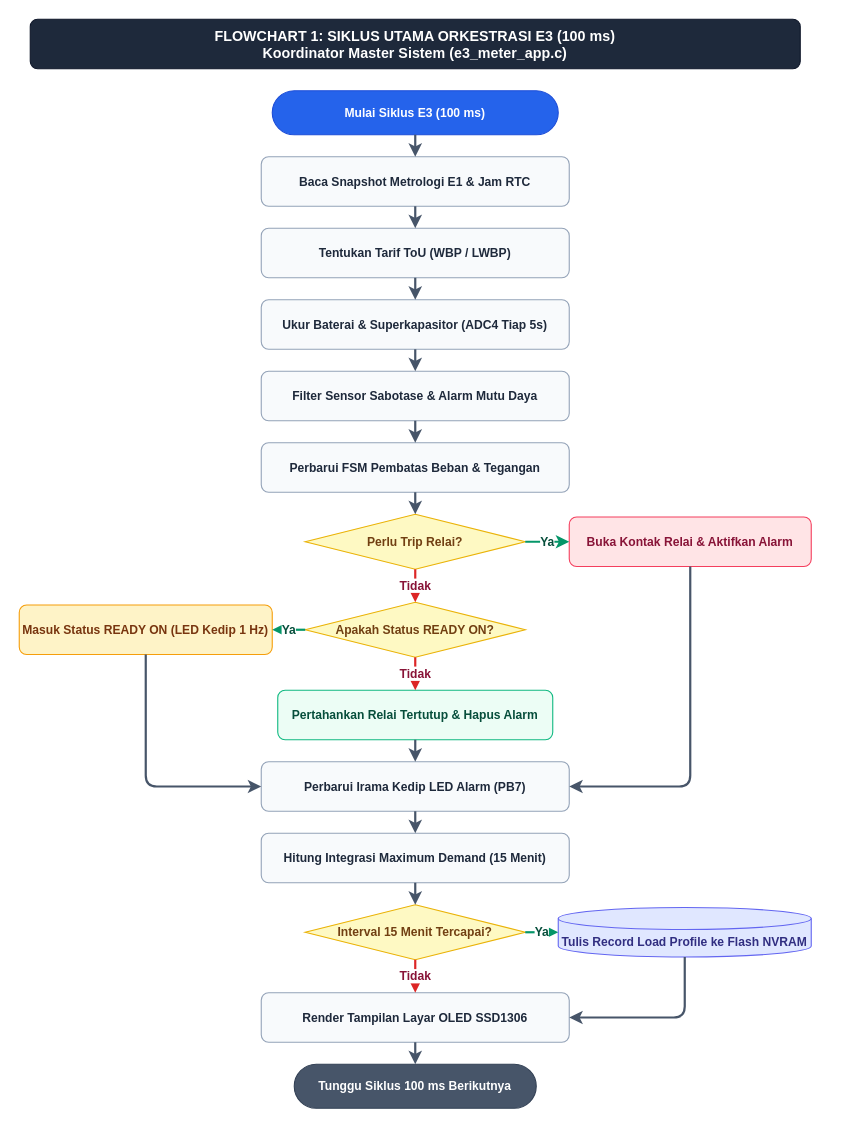
Above: page "1. Siklus Utama E3 (100ms)" (1 of 4) of Acuan/FlowChartE3.drawio in Kevla27/ALLIN (draw.io), before the change. Source tidied: cells renumbered, new cells numbered last; positions are measured from the earlier drawing's top-left corner, leaving out a move shared by most shapes. Both pictures are drawn from the tidied source at 110%, with x=0, y=0 at pixel (19, 19).
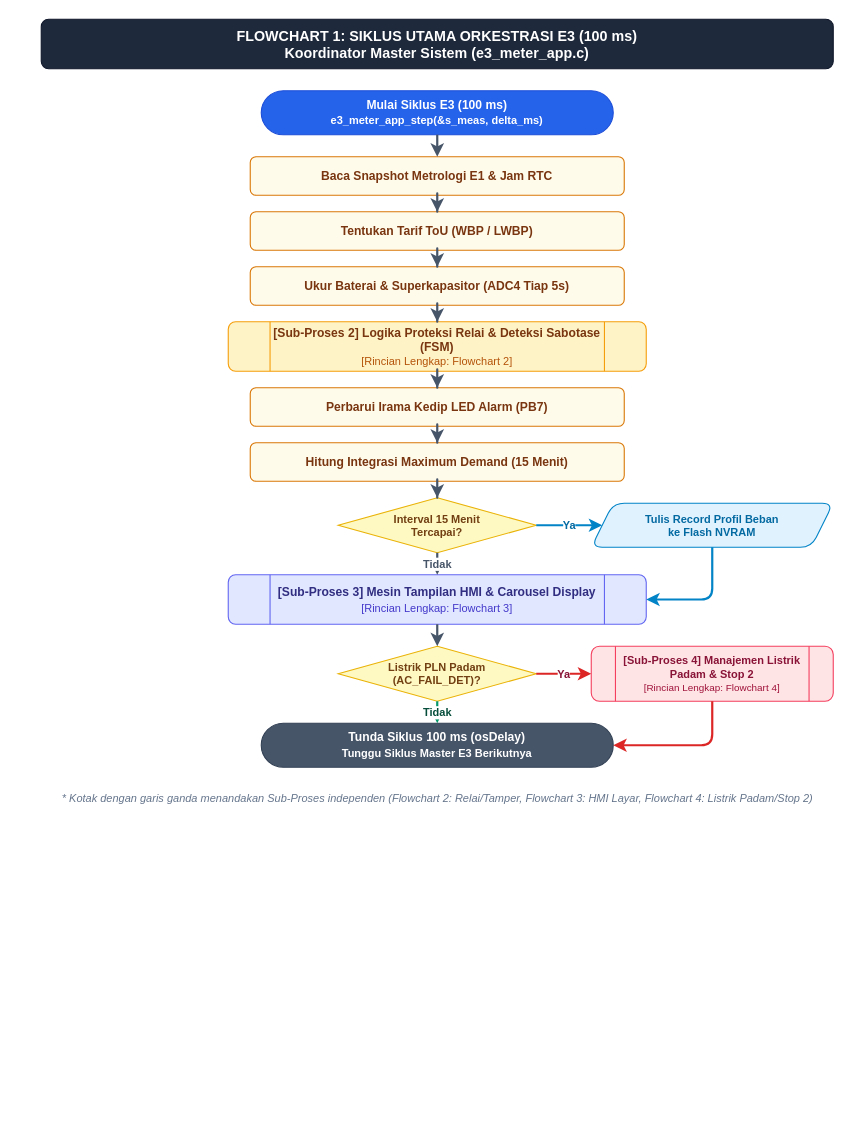
The same page after the edit.

The edit, as a diff of the source:
```diff
@@
     <mxCell id="2" value="&lt;b&gt;FLOWCHART 1: SIKLUS UTAMA ORKESTRASI E3 (100 ms)&lt;/b&gt;&lt;br/&gt;Koordinator Master Sistem (e3_meter_app.c)" style="rounded=1;whiteSpace=wrap;html=1;fillColor=#1e293b;strokeColor=#0f172a;fontColor=#ffffff;fontStyle=1;fontSize=13;align=center;" parent="1" vertex="1">
-      <mxGeometry x="10" width="700" height="45" as="geometry" />
+      <mxGeometry x="20" width="720" height="45" as="geometry" />
     </mxCell>
-    <mxCell id="3" value="&lt;b&gt;Mulai Siklus E3 (100 ms)&lt;/b&gt;" style="rounded=1;arcSize=50;whiteSpace=wrap;html=1;fillColor=#2563eb;strokeColor=#1d4ed8;fontColor=#ffffff;fontStyle=1;fontSize=11;align=center;" parent="1" vertex="1">
-      <mxGeometry x="230" y="65" width="260" height="40" as="geometry" />
+    <mxCell id="3" value="&lt;b&gt;Mulai Siklus E3 (100 ms)&lt;/b&gt;&lt;br/&gt;&lt;font style=&quot;font-size:10px;&quot;&gt;e3_meter_app_step(&amp;amp;s_meas, delta_ms)&lt;/font&gt;" style="rounded=1;arcSize=50;whiteSpace=wrap;html=1;fillColor=#2563eb;strokeColor=#1d4ed8;fontColor=#ffffff;fontStyle=1;fontSize=11;align=center;" parent="1" vertex="1">
+      <mxGeometry x="220" y="65" width="320" height="40" as="geometry" />
     </mxCell>
-    <mxCell id="4" value="&lt;b&gt;Baca Snapshot Metrologi E1 &amp;amp; Jam RTC&lt;/b&gt;" style="rounded=1;whiteSpace=wrap;html=1;fillColor=#f8fafc;strokeColor=#94a3b8;fontColor=#1e293b;fontSize=11;align=center;" parent="1" vertex="1">
-      <mxGeometry x="220" y="125" width="280" height="45" as="geometry" />
+    <mxCell id="4" value="&lt;b&gt;Baca Snapshot Metrologi E1 &amp;amp; Jam RTC&lt;/b&gt;" style="rounded=1;whiteSpace=wrap;html=1;fillColor=#fffbeb;strokeColor=#d97706;fontColor=#78350f;fontSize=11;align=center;" parent="1" vertex="1">
+      <mxGeometry x="210" y="125" width="340" height="35" as="geometry" />
     </mxCell>
-    <mxCell id="5" value="&lt;b&gt;Tentukan Tarif ToU (WBP / LWBP)&lt;/b&gt;" style="rounded=1;whiteSpace=wrap;html=1;fillColor=#f8fafc;strokeColor=#94a3b8;fontColor=#1e293b;fontSize=11;align=center;" parent="1" vertex="1">
-      <mxGeometry x="220" y="190" width="280" height="45" as="geometry" />
+    <mxCell id="5" value="&lt;b&gt;Tentukan Tarif ToU (WBP / LWBP)&lt;/b&gt;" style="rounded=1;whiteSpace=wrap;html=1;fillColor=#fffbeb;strokeColor=#d97706;fontColor=#78350f;fontSize=11;align=center;" parent="1" vertex="1">
+      <mxGeometry x="210" y="175" width="340" height="35" as="geometry" />
     </mxCell>
-    <mxCell id="6" value="&lt;b&gt;Ukur Baterai &amp;amp; Superkapasitor (ADC4 Tiap 5s)&lt;/b&gt;" style="rounded=1;whiteSpace=wrap;html=1;fillColor=#f8fafc;strokeColor=#94a3b8;fontColor=#1e293b;fontSize=11;align=center;" parent="1" vertex="1">
-      <mxGeometry x="220" y="255" width="280" height="45" as="geometry" />
+    <mxCell id="6" value="&lt;b&gt;Ukur Baterai &amp;amp; Superkapasitor (ADC4 Tiap 5s)&lt;/b&gt;" style="rounded=1;whiteSpace=wrap;html=1;fillColor=#fffbeb;strokeColor=#d97706;fontColor=#78350f;fontSize=11;align=center;" parent="1" vertex="1">
+      <mxGeometry x="210" y="225" width="340" height="35" as="geometry" />
     </mxCell>
-    <mxCell id="7" value="&lt;b&gt;Filter Sensor Sabotase &amp;amp; Alarm Mutu Daya&lt;/b&gt;" style="rounded=1;whiteSpace=wrap;html=1;fillColor=#f8fafc;strokeColor=#94a3b8;fontColor=#1e293b;fontSize=11;align=center;" parent="1" vertex="1">
-      <mxGeometry x="220" y="320" width="280" height="45" as="geometry" />
-    </mxCell>
-    <mxCell id="8" value="&lt;b&gt;Perbarui FSM Pembatas Beban &amp;amp; Tegangan&lt;/b&gt;" style="rounded=1;whiteSpace=wrap;html=1;fillColor=#f8fafc;strokeColor=#94a3b8;fontColor=#1e293b;fontSize=11;align=center;" parent="1" vertex="1">
-      <mxGeometry x="220" y="385" width="280" height="45" as="geometry" />
-    </mxCell>
-    <mxCell id="9" value="&lt;b&gt;Perlu Trip Relai?&lt;/b&gt;" style="rhombus;whiteSpace=wrap;html=1;fillColor=#fef9c3;strokeColor=#eab308;fontColor=#713f12;fontStyle=1;fontSize=11;align=center;" parent="1" vertex="1">
-      <mxGeometry x="260" y="450" width="200" height="50" as="geometry" />
-    </mxCell>
-    <mxCell id="10" value="&lt;b&gt;Buka Kontak Relai &amp;amp; Aktifkan Alarm&lt;/b&gt;" style="rounded=1;whiteSpace=wrap;html=1;fillColor=#ffe4e6;strokeColor=#f43f5e;fontColor=#881337;fontSize=11;align=center;" parent="1" vertex="1">
-      <mxGeometry x="500" y="452.5" width="220" height="45" as="geometry" />
-    </mxCell>
-    <mxCell id="11" value="&lt;b&gt;Apakah Status READY ON?&lt;/b&gt;" style="rhombus;whiteSpace=wrap;html=1;fillColor=#fef9c3;strokeColor=#eab308;fontColor=#713f12;fontStyle=1;fontSize=11;align=center;" parent="1" vertex="1">
-      <mxGeometry x="260" y="530" width="200" height="50" as="geometry" />
-    </mxCell>
-    <mxCell id="12" value="&lt;b&gt;Masuk Status READY ON (LED Kedip 1 Hz)&lt;/b&gt;" style="rounded=1;whiteSpace=wrap;html=1;fillColor=#fef3c7;strokeColor=#f59e0b;fontColor=#78350f;fontSize=11;align=center;" parent="1" vertex="1">
-      <mxGeometry y="532.5" width="230" height="45" as="geometry" />
-    </mxCell>
-    <mxCell id="13" value="&lt;b&gt;Pertahankan Relai Tertutup &amp;amp; Hapus Alarm&lt;/b&gt;" style="rounded=1;whiteSpace=wrap;html=1;fillColor=#ecfdf5;strokeColor=#10b981;fontColor=#064e3b;fontSize=11;align=center;" parent="1" vertex="1">
-      <mxGeometry x="235" y="610" width="250" height="45" as="geometry" />
-    </mxCell>
+    <mxCell id="39" value="&lt;b&gt;[Sub-Proses 2] Logika Proteksi Relai &amp;amp; Deteksi Sabotase (FSM)&lt;/b&gt;&lt;br/&gt;&lt;font style=&quot;font-size:10px;color:#b45309;&quot;&gt;[Rincian Lengkap: Flowchart 2]&lt;/font&gt;" style="shape=process;backgroundOutline=1;rounded=1;whiteSpace=wrap;html=1;fillColor=#fef3c7;strokeColor=#f59e0b;fontColor=#78350f;fontSize=11;align=center;" parent="1" vertex="1">
+      <mxGeometry x="190" y="275" width="380" height="45" as="geometry" />
+    </mxCell>
-    <mxCell id="14" value="&lt;b&gt;Perbarui Irama Kedip LED Alarm (PB7)&lt;/b&gt;" style="rounded=1;whiteSpace=wrap;html=1;fillColor=#f8fafc;strokeColor=#94a3b8;fontColor=#1e293b;fontSize=11;align=center;" parent="1" vertex="1">
-      <mxGeometry x="220" y="675" width="280" height="45" as="geometry" />
+    <mxCell id="14" value="&lt;b&gt;Perbarui Irama Kedip LED Alarm (PB7)&lt;/b&gt;" style="rounded=1;whiteSpace=wrap;html=1;fillColor=#fffbeb;strokeColor=#d97706;fontColor=#78350f;fontSize=11;align=center;" parent="1" vertex="1">
+      <mxGeometry x="210" y="335" width="340" height="35" as="geometry" />
     </mxCell>
-    <mxCell id="15" value="&lt;b&gt;Hitung Integrasi Maximum Demand (15 Menit)&lt;/b&gt;" style="rounded=1;whiteSpace=wrap;html=1;fillColor=#f8fafc;strokeColor=#94a3b8;fontColor=#1e293b;fontSize=11;align=center;" parent="1" vertex="1">
-      <mxGeometry x="220" y="740" width="280" height="45" as="geometry" />
+    <mxCell id="15" value="&lt;b&gt;Hitung Integrasi Maximum Demand (15 Menit)&lt;/b&gt;" style="rounded=1;whiteSpace=wrap;html=1;fillColor=#fffbeb;strokeColor=#d97706;fontColor=#78350f;fontSize=11;align=center;" parent="1" vertex="1">
+      <mxGeometry x="210" y="385" width="340" height="35" as="geometry" />
     </mxCell>
-    <mxCell id="16" value="&lt;b&gt;Interval 15 Menit Tercapai?&lt;/b&gt;" style="rhombus;whiteSpace=wrap;html=1;fillColor=#fef9c3;strokeColor=#eab308;fontColor=#713f12;fontStyle=1;fontSize=11;align=center;" parent="1" vertex="1">
-      <mxGeometry x="260" y="805" width="200" height="50" as="geometry" />
+    <mxCell id="16" value="&lt;b&gt;Interval 15 Menit&lt;br/&gt;Tercapai?&lt;/b&gt;" style="rhombus;whiteSpace=wrap;html=1;fillColor=#fef9c3;strokeColor=#eab308;fontColor=#713f12;fontStyle=1;fontSize=10;align=center;" parent="1" vertex="1">
+      <mxGeometry x="290" y="435" width="180" height="50" as="geometry" />
     </mxCell>
-    <mxCell id="17" value="&lt;b&gt;Tulis Record Load Profile ke Flash NVRAM&lt;/b&gt;" style="shape=cylinder3;whiteSpace=wrap;html=1;boundedLbl=1;backgroundOutline=1;size=10;fillColor=#e0e7ff;strokeColor=#6366f1;fontColor=#312e81;fontSize=11;align=center;" parent="1" vertex="1">
-      <mxGeometry x="490" y="807.5" width="230" height="45" as="geometry" />
-    </mxCell>
-    <mxCell id="18" value="&lt;b&gt;Render Tampilan Layar OLED SSD1306&lt;/b&gt;" style="rounded=1;whiteSpace=wrap;html=1;fillColor=#f8fafc;strokeColor=#94a3b8;fontColor=#1e293b;fontSize=11;align=center;" parent="1" vertex="1">
-      <mxGeometry x="220" y="885" width="280" height="45" as="geometry" />
-    </mxCell>
-    <mxCell id="19" value="&lt;b&gt;Tunggu Siklus 100 ms Berikutnya&lt;/b&gt;" style="rounded=1;arcSize=50;whiteSpace=wrap;html=1;fillColor=#475569;strokeColor=#334155;fontColor=#ffffff;fontStyle=1;fontSize=11;align=center;" parent="1" vertex="1">
-      <mxGeometry x="250" y="950" width="220" height="40" as="geometry" />
-    </mxCell>
+    <mxCell id="40" value="&lt;b&gt;Tulis Record Profil Beban&lt;br/&gt;ke Flash NVRAM&lt;/b&gt;" style="shape=parallelogram;perimeter=parallelogramPerimeter;whiteSpace=wrap;html=1;fixedSize=1;rounded=1;fillColor=#e0f2fe;strokeColor=#0284c7;fontColor=#0369a1;fontSize=10;align=center;" parent="1" vertex="1">
+      <mxGeometry x="520" y="440" width="220" height="40" as="geometry" />
+    </mxCell>
+    <mxCell id="41" value="&lt;b&gt;[Sub-Proses 3] Mesin Tampilan HMI &amp;amp; Carousel Display&lt;/b&gt;&lt;br/&gt;&lt;font style=&quot;font-size:10px;color:#4338ca;&quot;&gt;[Rincian Lengkap: Flowchart 3]&lt;/font&gt;" style="shape=process;backgroundOutline=1;rounded=1;whiteSpace=wrap;html=1;fillColor=#e0e7ff;strokeColor=#6366f1;fontColor=#312e81;fontSize=11;align=center;" parent="1" vertex="1">
+      <mxGeometry x="190" y="505" width="380" height="45" as="geometry" />
+    </mxCell>
+    <mxCell id="42" value="&lt;b&gt;Listrik PLN Padam&lt;br/&gt;(AC_FAIL_DET)?&lt;/b&gt;" style="rhombus;whiteSpace=wrap;html=1;fillColor=#fef9c3;strokeColor=#eab308;fontColor=#713f12;fontStyle=1;fontSize=10;align=center;" parent="1" vertex="1">
+      <mxGeometry x="290" y="570" width="180" height="50" as="geometry" />
+    </mxCell>
+    <mxCell id="43" value="&lt;b&gt;[Sub-Proses 4] Manajemen Listrik Padam &amp;amp; Stop 2&lt;/b&gt;&lt;br/&gt;&lt;font style=&quot;font-size:9px;color:#9f1239;&quot;&gt;[Rincian Lengkap: Flowchart 4]&lt;/font&gt;" style="shape=process;backgroundOutline=1;rounded=1;whiteSpace=wrap;html=1;fillColor=#ffe4e6;strokeColor=#f43f5e;fontColor=#881337;fontSize=10;align=center;" parent="1" vertex="1">
+      <mxGeometry x="520" y="570" width="220" height="50" as="geometry" />
+    </mxCell>
+    <mxCell id="44" value="&lt;b&gt;Tunda Siklus 100 ms (osDelay)&lt;/b&gt;&lt;br/&gt;&lt;font style=&quot;font-size:10px;&quot;&gt;Tunggu Siklus Master E3 Berikutnya&lt;/font&gt;" style="rounded=1;arcSize=50;whiteSpace=wrap;html=1;fillColor=#475569;strokeColor=#334155;fontColor=#ffffff;fontStyle=1;fontSize=11;align=center;" parent="1" vertex="1">
+      <mxGeometry x="220" y="640" width="320" height="40" as="geometry" />
+    </mxCell>
+    <mxCell id="45" value="&lt;i&gt;* Kotak dengan garis ganda menandakan Sub-Proses independen (Flowchart 2: Relai/Tamper, Flowchart 3: HMI Layar, Flowchart 4: Listrik Padam/Stop 2)&lt;/i&gt;" style="text;html=1;align=center;verticalAlign=middle;fontSize=10;fontColor=#64748b;" parent="1" vertex="1">
+      <mxGeometry x="20" y="695" width="720" height="25" as="geometry" />
+    </mxCell>
-    <mxCell id="20" style="edgeStyle=orthogonalEdgeStyle;rounded=1;jettySize=auto;html=1;strokeColor=#475569;strokeWidth=2;endArrow=classic;endFill=1;labelBackgroundColor=#ffffff;fontColor=#1e293b;fontSize=11;" parent="1" edge="1" source="3" target="4">
+    <mxCell id="20" style="edgeStyle=orthogonalEdgeStyle;rounded=1;jettySize=auto;html=1;strokeColor=#475569;strokeWidth=2;endArrow=classic;endFill=1;" parent="1" edge="1" source="3" target="4">
       <mxGeometry relative="1" as="geometry" />
     </mxCell>
-    <mxCell id="21" style="edgeStyle=orthogonalEdgeStyle;rounded=1;jettySize=auto;html=1;strokeColor=#475569;strokeWidth=2;endArrow=classic;endFill=1;labelBackgroundColor=#ffffff;fontColor=#1e293b;fontSize=11;" parent="1" edge="1" source="4" target="5">
+    <mxCell id="21" style="edgeStyle=orthogonalEdgeStyle;rounded=1;jettySize=auto;html=1;strokeColor=#475569;strokeWidth=2;endArrow=classic;endFill=1;" parent="1" edge="1" source="4" target="5">
       <mxGeometry relative="1" as="geometry" />
     </mxCell>
-    <mxCell id="22" style="edgeStyle=orthogonalEdgeStyle;rounded=1;jettySize=auto;html=1;strokeColor=#475569;strokeWidth=2;endArrow=classic;endFill=1;labelBackgroundColor=#ffffff;fontColor=#1e293b;fontSize=11;" parent="1" edge="1" source="5" target="6">
+    <mxCell id="22" style="edgeStyle=orthogonalEdgeStyle;rounded=1;jettySize=auto;html=1;strokeColor=#475569;strokeWidth=2;endArrow=classic;endFill=1;" parent="1" edge="1" source="5" target="6">
       <mxGeometry relative="1" as="geometry" />
     </mxCell>
-    <mxCell id="23" style="edgeStyle=orthogonalEdgeStyle;rounded=1;jettySize=auto;html=1;strokeColor=#475569;strokeWidth=2;endArrow=classic;endFill=1;labelBackgroundColor=#ffffff;fontColor=#1e293b;fontSize=11;" parent="1" edge="1" source="6" target="7">
-      <mxGeometry relative="1" as="geometry" />
-    </mxCell>
-    <mxCell id="24" style="edgeStyle=orthogonalEdgeStyle;rounded=1;jettySize=auto;html=1;strokeColor=#475569;strokeWidth=2;endArrow=classic;endFill=1;labelBackgroundColor=#ffffff;fontColor=#1e293b;fontSize=11;" parent="1" edge="1" source="7" target="8">
-      <mxGeometry relative="1" as="geometry" />
-    </mxCell>
-    <mxCell id="25" style="edgeStyle=orthogonalEdgeStyle;rounded=1;jettySize=auto;html=1;strokeColor=#475569;strokeWidth=2;endArrow=classic;endFill=1;labelBackgroundColor=#ffffff;fontColor=#1e293b;fontSize=11;" parent="1" edge="1" source="8" target="9">
-      <mxGeometry relative="1" as="geometry" />
-    </mxCell>
-    <mxCell id="26" value="Ya" style="edgeStyle=orthogonalEdgeStyle;rounded=1;jettySize=auto;html=1;strokeColor=#059669;strokeWidth=2;endArrow=classic;endFill=1;labelBackgroundColor=#ffffff;fontColor=#064e3b;fontStyle=1;fontSize=11;exitX=1;exitY=0.5;exitDx=0;exitDy=0;entryX=0;entryY=0.5;entryDx=0;entryDy=0;" parent="1" edge="1" source="9" target="10">
-      <mxGeometry relative="1" as="geometry" />
-    </mxCell>
-    <mxCell id="27" value="Tidak" style="edgeStyle=orthogonalEdgeStyle;rounded=1;jettySize=auto;html=1;strokeColor=#dc2626;strokeWidth=2;endArrow=classic;endFill=1;labelBackgroundColor=#ffffff;fontColor=#881337;fontStyle=1;fontSize=11;exitX=0.5;exitY=1;exitDx=0;exitDy=0;entryX=0.5;entryY=0;entryDx=0;entryDy=0;" parent="1" edge="1" source="9" target="11">
-      <mxGeometry relative="1" as="geometry" />
-    </mxCell>
-    <mxCell id="28" style="edgeStyle=orthogonalEdgeStyle;rounded=1;jettySize=auto;html=1;strokeColor=#475569;strokeWidth=2;endArrow=classic;endFill=1;labelBackgroundColor=#ffffff;fontColor=#1e293b;fontSize=11;exitX=0.5;exitY=1;exitDx=0;exitDy=0;entryX=1;entryY=0.5;entryDx=0;entryDy=0;" parent="1" edge="1" source="10" target="14">
-      <mxGeometry relative="1" as="geometry" />
-    </mxCell>
-    <mxCell id="29" value="Ya" style="edgeStyle=orthogonalEdgeStyle;rounded=1;jettySize=auto;html=1;strokeColor=#059669;strokeWidth=2;endArrow=classic;endFill=1;labelBackgroundColor=#ffffff;fontColor=#064e3b;fontStyle=1;fontSize=11;exitX=0;exitY=0.5;exitDx=0;exitDy=0;entryX=1;entryY=0.5;entryDx=0;entryDy=0;" parent="1" edge="1" source="11" target="12">
-      <mxGeometry relative="1" as="geometry" />
-    </mxCell>
-    <mxCell id="30" value="Tidak" style="edgeStyle=orthogonalEdgeStyle;rounded=1;jettySize=auto;html=1;strokeColor=#dc2626;strokeWidth=2;endArrow=classic;endFill=1;labelBackgroundColor=#ffffff;fontColor=#881337;fontStyle=1;fontSize=11;exitX=0.5;exitY=1;exitDx=0;exitDy=0;entryX=0.5;entryY=0;entryDx=0;entryDy=0;" parent="1" edge="1" source="11" target="13">
-      <mxGeometry relative="1" as="geometry" />
-    </mxCell>
-    <mxCell id="31" style="edgeStyle=orthogonalEdgeStyle;rounded=1;jettySize=auto;html=1;strokeColor=#475569;strokeWidth=2;endArrow=classic;endFill=1;labelBackgroundColor=#ffffff;fontColor=#1e293b;fontSize=11;exitX=0.5;exitY=1;exitDx=0;exitDy=0;entryX=0;entryY=0.5;entryDx=0;entryDy=0;" parent="1" edge="1" source="12" target="14">
-      <mxGeometry relative="1" as="geometry" />
-    </mxCell>
-    <mxCell id="32" style="edgeStyle=orthogonalEdgeStyle;rounded=1;jettySize=auto;html=1;strokeColor=#475569;strokeWidth=2;endArrow=classic;endFill=1;labelBackgroundColor=#ffffff;fontColor=#1e293b;fontSize=11;exitX=0.5;exitY=1;exitDx=0;exitDy=0;entryX=0.5;entryY=0;entryDx=0;entryDy=0;" parent="1" edge="1" source="13" target="14">
-      <mxGeometry relative="1" as="geometry" />
-    </mxCell>
+    <mxCell id="46" style="edgeStyle=orthogonalEdgeStyle;rounded=1;jettySize=auto;html=1;strokeColor=#475569;strokeWidth=2;endArrow=classic;endFill=1;" parent="1" edge="1" source="6" target="39">
+      <mxGeometry relative="1" as="geometry" />
+    </mxCell>
+    <mxCell id="47" style="edgeStyle=orthogonalEdgeStyle;rounded=1;jettySize=auto;html=1;strokeColor=#475569;strokeWidth=2;endArrow=classic;endFill=1;" parent="1" edge="1" source="39" target="14">
+      <mxGeometry relative="1" as="geometry" />
+    </mxCell>
-    <mxCell id="33" style="edgeStyle=orthogonalEdgeStyle;rounded=1;jettySize=auto;html=1;strokeColor=#475569;strokeWidth=2;endArrow=classic;endFill=1;labelBackgroundColor=#ffffff;fontColor=#1e293b;fontSize=11;" parent="1" edge="1" source="14" target="15">
+    <mxCell id="33" style="edgeStyle=orthogonalEdgeStyle;rounded=1;jettySize=auto;html=1;strokeColor=#475569;strokeWidth=2;endArrow=classic;endFill=1;" parent="1" edge="1" source="14" target="15">
       <mxGeometry relative="1" as="geometry" />
     </mxCell>
-    <mxCell id="34" style="edgeStyle=orthogonalEdgeStyle;rounded=1;jettySize=auto;html=1;strokeColor=#475569;strokeWidth=2;endArrow=classic;endFill=1;labelBackgroundColor=#ffffff;fontColor=#1e293b;fontSize=11;" parent="1" edge="1" source="15" target="16">
+    <mxCell id="34" style="edgeStyle=orthogonalEdgeStyle;rounded=1;jettySize=auto;html=1;strokeColor=#475569;strokeWidth=2;endArrow=classic;endFill=1;" parent="1" edge="1" source="15" target="16">
       <mxGeometry relative="1" as="geometry" />
     </mxCell>
-    <mxCell id="35" value="Ya" style="edgeStyle=orthogonalEdgeStyle;rounded=1;jettySize=auto;html=1;strokeColor=#059669;strokeWidth=2;endArrow=classic;endFill=1;labelBackgroundColor=#ffffff;fontColor=#064e3b;fontStyle=1;fontSize=11;exitX=1;exitY=0.5;exitDx=0;exitDy=0;entryX=0;entryY=0.5;entryDx=0;entryDy=0;" parent="1" edge="1" source="16" target="17">
-      <mxGeometry relative="1" as="geometry" />
-    </mxCell>
-    <mxCell id="36" value="Tidak" style="edgeStyle=orthogonalEdgeStyle;rounded=1;jettySize=auto;html=1;strokeColor=#dc2626;strokeWidth=2;endArrow=classic;endFill=1;labelBackgroundColor=#ffffff;fontColor=#881337;fontStyle=1;fontSize=11;exitX=0.5;exitY=1;exitDx=0;exitDy=0;entryX=0.5;entryY=0;entryDx=0;entryDy=0;" parent="1" edge="1" source="16" target="18">
-      <mxGeometry relative="1" as="geometry" />
-    </mxCell>
-    <mxCell id="37" style="edgeStyle=orthogonalEdgeStyle;rounded=1;jettySize=auto;html=1;strokeColor=#475569;strokeWidth=2;endArrow=classic;endFill=1;labelBackgroundColor=#ffffff;fontColor=#1e293b;fontSize=11;exitX=0.5;exitY=1;exitDx=0;exitDy=0;entryX=1;entryY=0.5;entryDx=0;entryDy=0;" parent="1" edge="1" source="17" target="18">
-      <mxGeometry relative="1" as="geometry" />
-    </mxCell>
-    <mxCell id="38" style="edgeStyle=orthogonalEdgeStyle;rounded=1;jettySize=auto;html=1;strokeColor=#475569;strokeWidth=2;endArrow=classic;endFill=1;labelBackgroundColor=#ffffff;fontColor=#1e293b;fontSize=11;" parent="1" edge="1" source="18" target="19">
-      <mxGeometry relative="1" as="geometry" />
-    </mxCell>
+    <mxCell id="48" value="Ya" style="edgeStyle=orthogonalEdgeStyle;rounded=1;jettySize=auto;html=1;strokeColor=#0284c7;strokeWidth=2;endArrow=classic;endFill=1;labelBackgroundColor=#ffffff;fontColor=#0369a1;fontStyle=1;fontSize=10;exitX=1;exitY=0.5;exitDx=0;exitDy=0;entryX=0;entryY=0.5;entryDx=0;entryDy=0;" parent="1" edge="1" source="16" target="40">
+      <mxGeometry relative="1" as="geometry" />
+    </mxCell>
+    <mxCell id="49" value="Tidak" style="edgeStyle=orthogonalEdgeStyle;rounded=1;jettySize=auto;html=1;strokeColor=#475569;strokeWidth=2;endArrow=classic;endFill=1;labelBackgroundColor=#ffffff;fontColor=#475569;fontStyle=1;fontSize=10;exitX=0.5;exitY=1;exitDx=0;exitDy=0;entryX=0.5;entryY=0;entryDx=0;entryDy=0;" parent="1" edge="1" source="16" target="41">
+      <mxGeometry relative="1" as="geometry" />
+    </mxCell>
+    <mxCell id="50" style="edgeStyle=orthogonalEdgeStyle;rounded=1;jettySize=auto;html=1;strokeColor=#0284c7;strokeWidth=2;endArrow=classic;endFill=1;exitX=0.5;exitY=1;exitDx=0;exitDy=0;entryX=1;entryY=0.5;entryDx=0;entryDy=0;" parent="1" edge="1" source="40" target="41">
+      <mxGeometry relative="1" as="geometry" />
+    </mxCell>
+    <mxCell id="51" style="edgeStyle=orthogonalEdgeStyle;rounded=1;jettySize=auto;html=1;strokeColor=#475569;strokeWidth=2;endArrow=classic;endFill=1;" parent="1" edge="1" source="41" target="42">
+      <mxGeometry relative="1" as="geometry" />
+    </mxCell>
+    <mxCell id="52" value="Ya" style="edgeStyle=orthogonalEdgeStyle;rounded=1;jettySize=auto;html=1;strokeColor=#dc2626;strokeWidth=2;endArrow=classic;endFill=1;labelBackgroundColor=#ffffff;fontColor=#881337;fontStyle=1;fontSize=10;exitX=1;exitY=0.5;exitDx=0;exitDy=0;entryX=0;entryY=0.5;entryDx=0;entryDy=0;" parent="1" edge="1" source="42" target="43">
+      <mxGeometry relative="1" as="geometry" />
+    </mxCell>
+    <mxCell id="53" value="Tidak" style="edgeStyle=orthogonalEdgeStyle;rounded=1;jettySize=auto;html=1;strokeColor=#059669;strokeWidth=2;endArrow=classic;endFill=1;labelBackgroundColor=#ffffff;fontColor=#064e3b;fontStyle=1;fontSize=10;exitX=0.5;exitY=1;exitDx=0;exitDy=0;entryX=0.5;entryY=0;entryDx=0;entryDy=0;" parent="1" edge="1" source="42" target="44">
+      <mxGeometry relative="1" as="geometry" />
+    </mxCell>
+    <mxCell id="54" style="edgeStyle=orthogonalEdgeStyle;rounded=1;jettySize=auto;html=1;strokeColor=#dc2626;strokeWidth=2;endArrow=classic;endFill=1;exitX=0.5;exitY=1;exitDx=0;exitDy=0;entryX=1;entryY=0.5;entryDx=0;entryDy=0;" parent="1" edge="1" source="43" target="44">
+      <mxGeometry relative="1" as="geometry" />
+    </mxCell>
```
